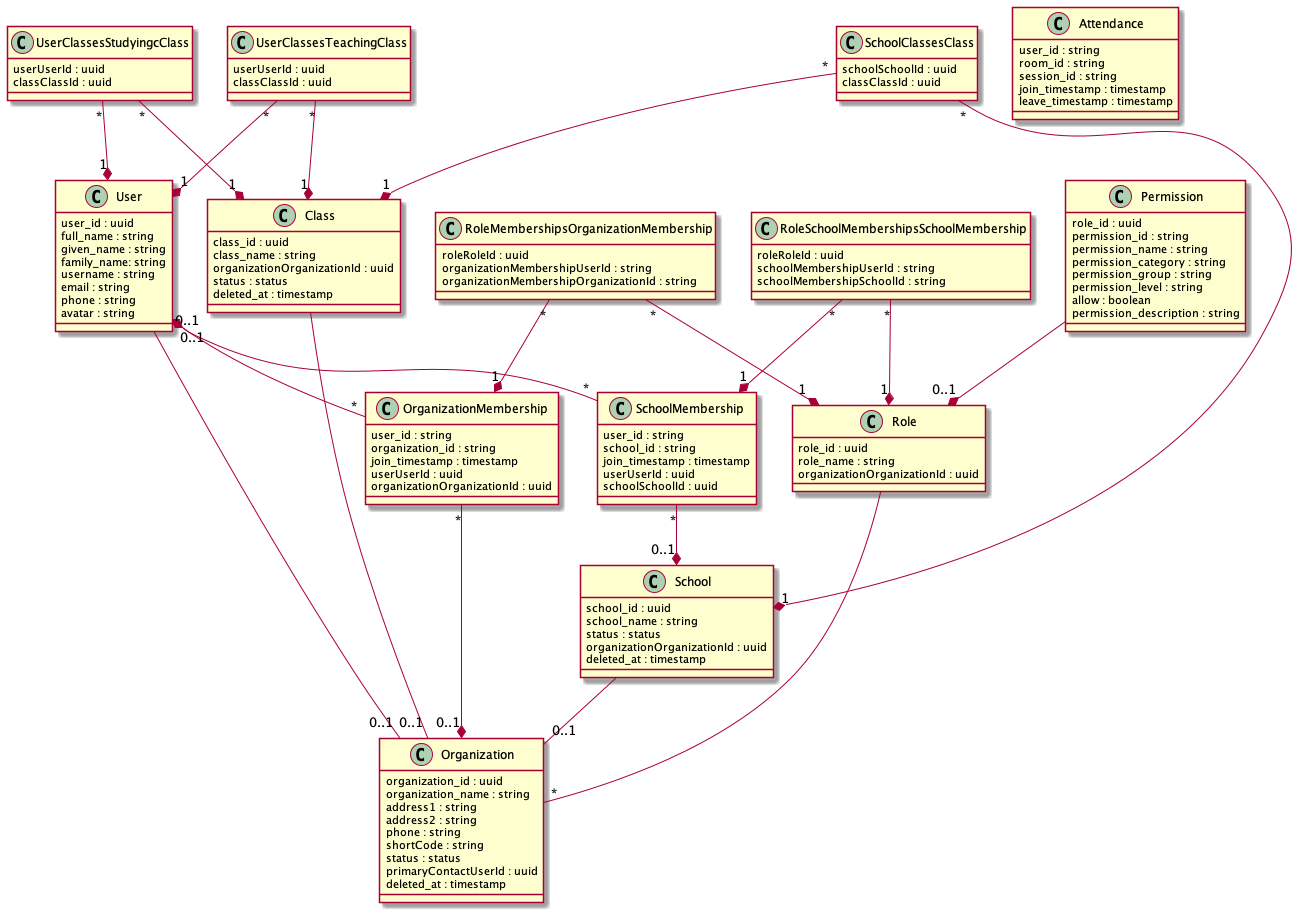
Above: documents/dbschema.png in Klasmart-Engineering/user-service (PlantUML), before the change.
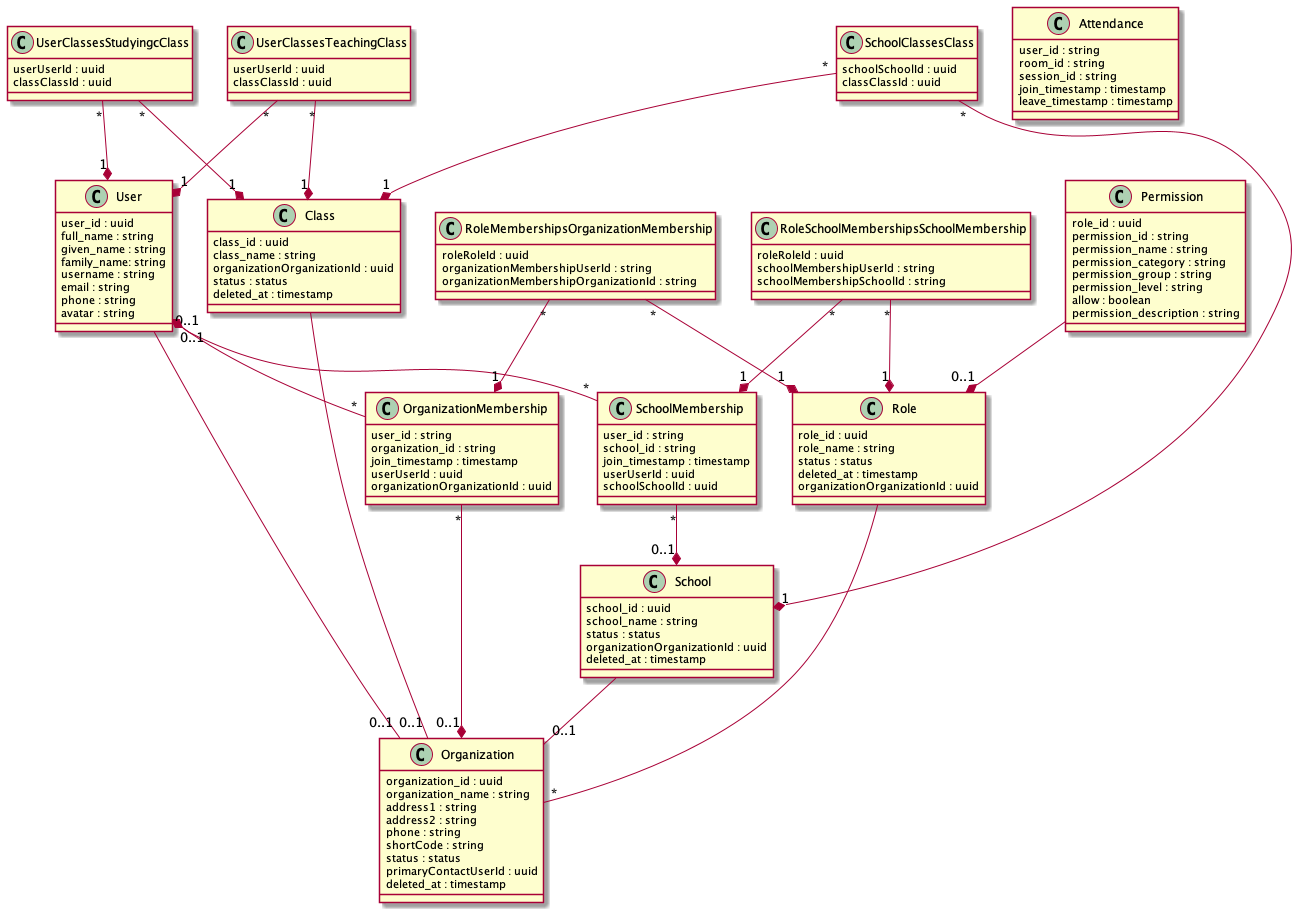
Later version of the same file.

The edit, as a diff of the source:
```diff
@@ -52,6 +52,8 @@
 class Role {
   role_id : uuid
   role_name : string
+  status : status
+  deleted_at : timestamp
   organizationOrganizationId : uuid
 }
 
```
